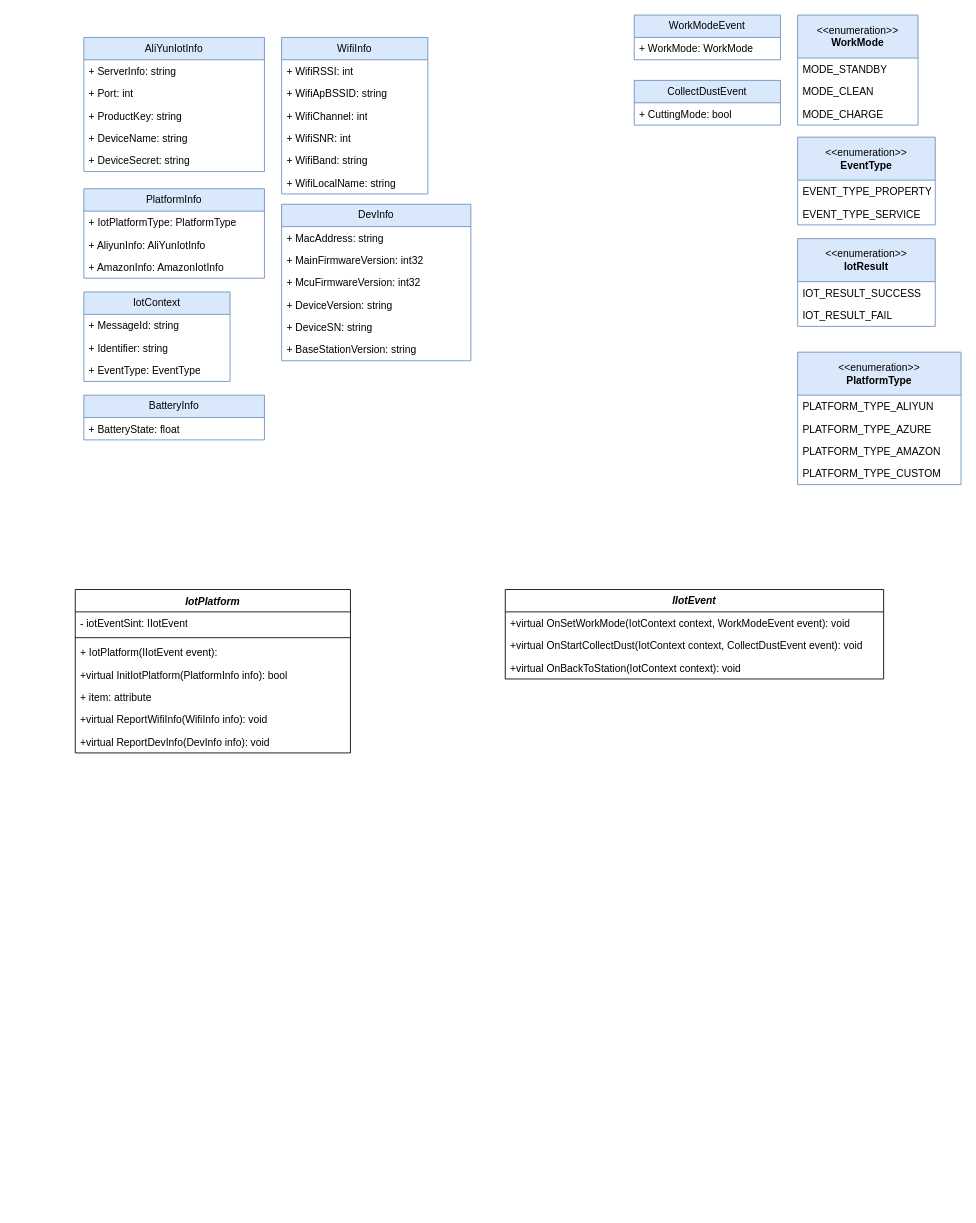
Earlier version of the draw.io diagram 未命名绘图.drawio (xunzhaoxusanduo/1-drawio). Source tidied: cells renumbered, new cells numbered last; positions are measured from the earlier drawing's top-left corner, leaving out a move shared by most shapes. Both pictures are drawn from the tidied source at 86%, with x=0, y=0 at pixel (75, 15).
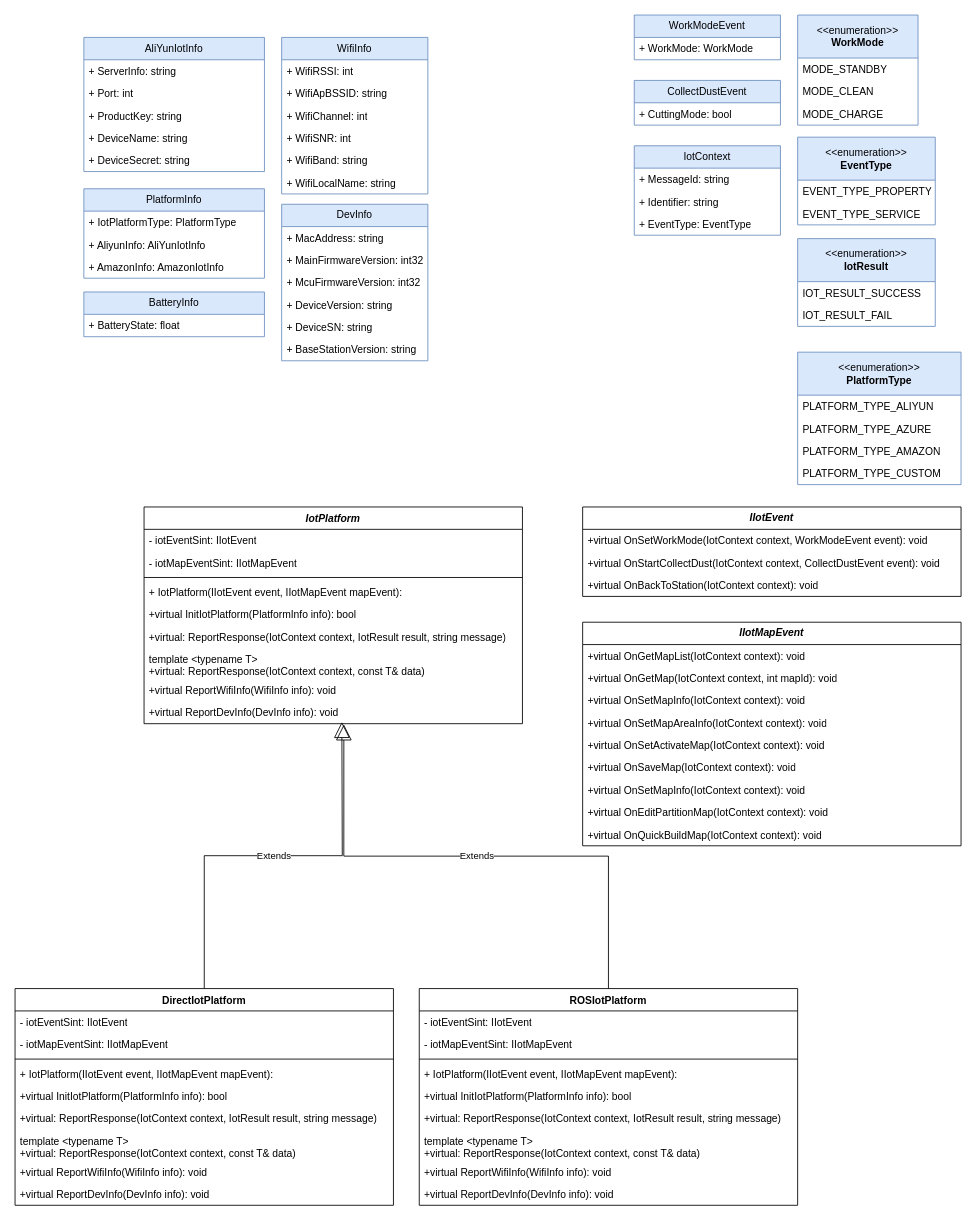
After the change.

Commit message (it also covers changes not shown here):
Update 未命名绘图.drawio

The edit, as a diff of the source:
```diff
@@
     <mxCell id="9" value="DevInfo" style="swimlane;fontStyle=0;horizontal=1;startSize=26;fillColor=#dae8fc;whiteSpace=wrap;html=1;strokeColor=#6c8ebf;" parent="1" vertex="1">
-      <mxGeometry x="240" y="220" width="220" height="182" as="geometry" />
+      <mxGeometry x="240" y="220" width="170" height="182" as="geometry" />
     </mxCell>
     <mxCell id="10" value="+ MacAddress: string" style="text;strokeColor=none;fillColor=none;align=left;verticalAlign=top;spacingLeft=4;spacingRight=4;overflow=hidden;whiteSpace=wrap;html=1;" parent="9" vertex="1">
-      <mxGeometry y="26" width="220" height="26" as="geometry" />
+      <mxGeometry y="26" width="170" height="26" as="geometry" />
     </mxCell>
     <mxCell id="11" value="+ MainFirmwareVersion: int32" style="text;strokeColor=none;fillColor=none;align=left;verticalAlign=top;spacingLeft=4;spacingRight=4;overflow=hidden;whiteSpace=wrap;html=1;" parent="9" vertex="1">
-      <mxGeometry y="52" width="220" height="26" as="geometry" />
+      <mxGeometry y="52" width="170" height="26" as="geometry" />
     </mxCell>
     <mxCell id="12" value="+ McuFirmwareVersion: int32" style="text;strokeColor=none;fillColor=none;align=left;verticalAlign=top;spacingLeft=4;spacingRight=4;overflow=hidden;whiteSpace=wrap;html=1;" parent="9" vertex="1">
-      <mxGeometry y="78" width="220" height="26" as="geometry" />
+      <mxGeometry y="78" width="170" height="26" as="geometry" />
     </mxCell>
     <mxCell id="13" value="+ DeviceVersion: string" style="text;strokeColor=none;fillColor=none;align=left;verticalAlign=top;spacingLeft=4;spacingRight=4;overflow=hidden;whiteSpace=wrap;html=1;" parent="9" vertex="1">
-      <mxGeometry y="104" width="220" height="26" as="geometry" />
+      <mxGeometry y="104" width="170" height="26" as="geometry" />
     </mxCell>
     <mxCell id="14" value="+ DeviceSN: string" style="text;strokeColor=none;fillColor=none;align=left;verticalAlign=top;spacingLeft=4;spacingRight=4;overflow=hidden;whiteSpace=wrap;html=1;" parent="9" vertex="1">
-      <mxGeometry y="130" width="220" height="26" as="geometry" />
+      <mxGeometry y="130" width="170" height="26" as="geometry" />
     </mxCell>
     <mxCell id="15" value="+ BaseStationVersion: string" style="text;strokeColor=none;fillColor=none;align=left;verticalAlign=top;spacingLeft=4;spacingRight=4;overflow=hidden;whiteSpace=wrap;html=1;" parent="9" vertex="1">
-      <mxGeometry y="156" width="220" height="26" as="geometry" />
+      <mxGeometry y="156" width="170" height="26" as="geometry" />
     </mxCell>
     <mxCell id="16" value="&lt;b&gt;&lt;i&gt;IIotEvent&lt;/i&gt;&lt;/b&gt;" style="swimlane;fontStyle=0;horizontal=1;startSize=26;fillColor=none;whiteSpace=wrap;html=1;" parent="1" vertex="1">
-      <mxGeometry x="500" y="668" width="440" height="104" as="geometry" />
+      <mxGeometry x="590" y="572" width="440" height="104" as="geometry" />
     </mxCell>
@@
     <mxCell id="24" value="IotContext" style="swimlane;fontStyle=0;horizontal=1;startSize=26;fillColor=#dae8fc;whiteSpace=wrap;html=1;strokeColor=#6c8ebf;" parent="1" vertex="1">
-      <mxGeometry x="10" y="322" width="170" height="104" as="geometry" />
+      <mxGeometry x="650" y="152" width="170" height="104" as="geometry" />
     </mxCell>
@@
     <mxCell id="31" value="&lt;i style=&quot;&quot;&gt;IotPlatform&lt;/i&gt;" style="swimlane;fontStyle=1;align=center;verticalAlign=top;horizontal=1;startSize=26;whiteSpace=wrap;html=1;" parent="1" vertex="1">
-      <mxGeometry y="668" width="320" height="190" as="geometry" />
+      <mxGeometry x="80" y="572" width="440" height="252" as="geometry" />
     </mxCell>
     <mxCell id="32" value="- iotEventSint: IIotEvent" style="text;strokeColor=none;fillColor=none;align=left;verticalAlign=top;spacingLeft=4;spacingRight=4;overflow=hidden;whiteSpace=wrap;html=1;" parent="31" vertex="1">
-      <mxGeometry y="26" width="320" height="26" as="geometry" />
+      <mxGeometry y="26" width="440" height="26" as="geometry" />
     </mxCell>
+    <mxCell id="63" value="- iotMapEventSint: IIotMapEvent" style="text;strokeColor=none;fillColor=none;align=left;verticalAlign=top;spacingLeft=4;spacingRight=4;overflow=hidden;whiteSpace=wrap;html=1;" parent="31" vertex="1">
+      <mxGeometry y="52" width="440" height="26" as="geometry" />
+    </mxCell>
     <mxCell id="33" style="line;strokeWidth=1;fillColor=none;align=left;verticalAlign=middle;spacingTop=-1;spacingLeft=3;spacingRight=3;labelPosition=right;strokeColor=inherit;" parent="31" vertex="1">
-      <mxGeometry y="52" width="320" height="8" as="geometry" />
+      <mxGeometry y="78" width="440" height="8" as="geometry" />
     </mxCell>
-    <mxCell id="34" value="+ IotPlatform(IIotEvent event):&amp;nbsp;" style="text;strokeColor=none;fillColor=none;align=left;verticalAlign=top;spacingLeft=4;spacingRight=4;overflow=hidden;whiteSpace=wrap;html=1;" parent="31" vertex="1">
-      <mxGeometry y="60" width="320" height="26" as="geometry" />
+    <mxCell id="34" value="+ IotPlatform(IIotEvent event, IIotMapEvent mapEvent):&amp;nbsp;" style="text;strokeColor=none;fillColor=none;align=left;verticalAlign=top;spacingLeft=4;spacingRight=4;overflow=hidden;whiteSpace=wrap;html=1;" parent="31" vertex="1">
+      <mxGeometry y="86" width="440" height="26" as="geometry" />
     </mxCell>
     <mxCell id="35" value="+virtual&amp;nbsp;InitIotPlatform(PlatformInfo info): bool" style="text;strokeColor=none;fillColor=none;align=left;verticalAlign=top;spacingLeft=4;spacingRight=4;overflow=hidden;whiteSpace=wrap;html=1;" parent="31" vertex="1">
-      <mxGeometry y="86" width="320" height="26" as="geometry" />
+      <mxGeometry y="112" width="440" height="26" as="geometry" />
     </mxCell>
-    <mxCell id="36" value="+ item: attribute" style="text;strokeColor=none;fillColor=none;align=left;verticalAlign=top;spacingLeft=4;spacingRight=4;overflow=hidden;whiteSpace=wrap;html=1;" parent="31" vertex="1">
-      <mxGeometry y="112" width="320" height="26" as="geometry" />
+    <mxCell id="36" value="+virtual: ReportResponse(IotContext context, IotResult result, string message)" style="text;strokeColor=none;fillColor=none;align=left;verticalAlign=top;spacingLeft=4;spacingRight=4;overflow=hidden;whiteSpace=wrap;html=1;" parent="31" vertex="1">
+      <mxGeometry y="138" width="440" height="26" as="geometry" />
     </mxCell>
+    <mxCell id="64" value="template &amp;lt;typename T&amp;gt;&lt;br&gt;+virtual: ReportResponse(IotContext context, const T&amp;amp; data)" style="text;strokeColor=none;fillColor=none;align=left;verticalAlign=top;spacingLeft=4;spacingRight=4;overflow=hidden;whiteSpace=wrap;html=1;" parent="31" vertex="1">
+      <mxGeometry y="164" width="440" height="36" as="geometry" />
+    </mxCell>
     <mxCell id="37" value="+virtual ReportWifiInfo(WifiInfo info): void" style="text;strokeColor=none;fillColor=none;align=left;verticalAlign=top;spacingLeft=4;spacingRight=4;overflow=hidden;whiteSpace=wrap;html=1;" parent="31" vertex="1">
-      <mxGeometry y="138" width="320" height="26" as="geometry" />
+      <mxGeometry y="200" width="440" height="26" as="geometry" />
     </mxCell>
     <mxCell id="38" value="+virtual ReportDevInfo(DevInfo info): void" style="text;strokeColor=none;fillColor=none;align=left;verticalAlign=top;spacingLeft=4;spacingRight=4;overflow=hidden;points=[[0,0.5],[1,0.5]];portConstraint=eastwest;whiteSpace=wrap;html=1;" parent="31" vertex="1">
-      <mxGeometry y="164" width="320" height="26" as="geometry" />
+      <mxGeometry y="226" width="440" height="26" as="geometry" />
     </mxCell>
@@
     <mxCell id="61" value="BatteryInfo" style="swimlane;fontStyle=0;horizontal=1;startSize=26;fillColor=#dae8fc;whiteSpace=wrap;html=1;strokeColor=#6c8ebf;" parent="1" vertex="1">
-      <mxGeometry x="10" y="442" width="210" height="52" as="geometry" />
+      <mxGeometry x="10" y="322" width="210" height="52" as="geometry" />
     </mxCell>
@@
+    <mxCell id="65" value="&lt;b&gt;&lt;i&gt;IIotMapEvent&lt;/i&gt;&lt;/b&gt;" style="swimlane;fontStyle=0;horizontal=1;startSize=26;fillColor=none;whiteSpace=wrap;html=1;" parent="1" vertex="1">
+      <mxGeometry x="590" y="706" width="440" height="260" as="geometry" />
+    </mxCell>
+    <mxCell id="66" value="+virtual&amp;nbsp;OnGetMapList(IotContext context): void" style="text;strokeColor=none;fillColor=none;align=left;verticalAlign=top;spacingLeft=4;spacingRight=4;overflow=hidden;whiteSpace=wrap;html=1;" parent="65" vertex="1">
+      <mxGeometry y="26" width="440" height="26" as="geometry" />
+    </mxCell>
+    <mxCell id="67" value="+virtual&amp;nbsp;OnGetMap(IotContext context, int mapId): void" style="text;strokeColor=none;fillColor=none;align=left;verticalAlign=top;spacingLeft=4;spacingRight=4;overflow=hidden;whiteSpace=wrap;html=1;" parent="65" vertex="1">
+      <mxGeometry y="52" width="440" height="26" as="geometry" />
+    </mxCell>
+    <mxCell id="68" value="+virtual&amp;nbsp;OnSetMapInfo(IotContext context): void" style="text;strokeColor=none;fillColor=none;align=left;verticalAlign=top;spacingLeft=4;spacingRight=4;overflow=hidden;whiteSpace=wrap;html=1;" parent="65" vertex="1">
+      <mxGeometry y="78" width="440" height="26" as="geometry" />
+    </mxCell>
+    <mxCell id="69" value="+virtual&amp;nbsp;OnSetMapAreaInfo(IotContext context): void" style="text;strokeColor=none;fillColor=none;align=left;verticalAlign=top;spacingLeft=4;spacingRight=4;overflow=hidden;whiteSpace=wrap;html=1;" parent="65" vertex="1">
+      <mxGeometry y="104" width="440" height="26" as="geometry" />
+    </mxCell>
+    <mxCell id="70" value="+virtual&amp;nbsp;OnSetActivateMap(IotContext context): void" style="text;strokeColor=none;fillColor=none;align=left;verticalAlign=top;spacingLeft=4;spacingRight=4;overflow=hidden;whiteSpace=wrap;html=1;" parent="65" vertex="1">
+      <mxGeometry y="130" width="440" height="26" as="geometry" />
+    </mxCell>
+    <mxCell id="71" value="+virtual&amp;nbsp;OnSaveMap(IotContext context): void" style="text;strokeColor=none;fillColor=none;align=left;verticalAlign=top;spacingLeft=4;spacingRight=4;overflow=hidden;whiteSpace=wrap;html=1;" parent="65" vertex="1">
+      <mxGeometry y="156" width="440" height="26" as="geometry" />
+    </mxCell>
+    <mxCell id="72" value="+virtual&amp;nbsp;OnSetMapInfo(IotContext context): void" style="text;strokeColor=none;fillColor=none;align=left;verticalAlign=top;spacingLeft=4;spacingRight=4;overflow=hidden;whiteSpace=wrap;html=1;" parent="65" vertex="1">
+      <mxGeometry y="182" width="440" height="26" as="geometry" />
+    </mxCell>
+    <mxCell id="73" value="+virtual&amp;nbsp;OnEditPartitionMap(IotContext context): void" style="text;strokeColor=none;fillColor=none;align=left;verticalAlign=top;spacingLeft=4;spacingRight=4;overflow=hidden;whiteSpace=wrap;html=1;" parent="65" vertex="1">
+      <mxGeometry y="208" width="440" height="26" as="geometry" />
+    </mxCell>
+    <mxCell id="74" value="+virtual&amp;nbsp;OnQuickBuildMap(IotContext context): void" style="text;strokeColor=none;fillColor=none;align=left;verticalAlign=top;spacingLeft=4;spacingRight=4;overflow=hidden;whiteSpace=wrap;html=1;" parent="65" vertex="1">
+      <mxGeometry y="234" width="440" height="26" as="geometry" />
+    </mxCell>
+    <mxCell id="75" value="ROSIotPlatform" style="swimlane;fontStyle=1;align=center;verticalAlign=top;horizontal=1;startSize=26;whiteSpace=wrap;html=1;" parent="1" vertex="1">
+      <mxGeometry x="400" y="1132" width="440" height="252" as="geometry" />
+    </mxCell>
+    <mxCell id="76" value="- iotEventSint: IIotEvent" style="text;strokeColor=none;fillColor=none;align=left;verticalAlign=top;spacingLeft=4;spacingRight=4;overflow=hidden;whiteSpace=wrap;html=1;" parent="75" vertex="1">
+      <mxGeometry y="26" width="440" height="26" as="geometry" />
+    </mxCell>
+    <mxCell id="77" value="- iotMapEventSint: IIotMapEvent" style="text;strokeColor=none;fillColor=none;align=left;verticalAlign=top;spacingLeft=4;spacingRight=4;overflow=hidden;whiteSpace=wrap;html=1;" parent="75" vertex="1">
+      <mxGeometry y="52" width="440" height="26" as="geometry" />
+    </mxCell>
+    <mxCell id="78" style="line;strokeWidth=1;fillColor=none;align=left;verticalAlign=middle;spacingTop=-1;spacingLeft=3;spacingRight=3;labelPosition=right;strokeColor=inherit;" parent="75" vertex="1">
+      <mxGeometry y="78" width="440" height="8" as="geometry" />
+    </mxCell>
+    <mxCell id="79" value="+ IotPlatform(IIotEvent event, IIotMapEvent mapEvent):&amp;nbsp;" style="text;strokeColor=none;fillColor=none;align=left;verticalAlign=top;spacingLeft=4;spacingRight=4;overflow=hidden;whiteSpace=wrap;html=1;" parent="75" vertex="1">
+      <mxGeometry y="86" width="440" height="26" as="geometry" />
+    </mxCell>
+    <mxCell id="80" value="+virtual&amp;nbsp;InitIotPlatform(PlatformInfo info): bool" style="text;strokeColor=none;fillColor=none;align=left;verticalAlign=top;spacingLeft=4;spacingRight=4;overflow=hidden;whiteSpace=wrap;html=1;" parent="75" vertex="1">
+      <mxGeometry y="112" width="440" height="26" as="geometry" />
+    </mxCell>
+    <mxCell id="81" value="+virtual: ReportResponse(IotContext context, IotResult result, string message)" style="text;strokeColor=none;fillColor=none;align=left;verticalAlign=top;spacingLeft=4;spacingRight=4;overflow=hidden;whiteSpace=wrap;html=1;" parent="75" vertex="1">
+      <mxGeometry y="138" width="440" height="26" as="geometry" />
+    </mxCell>
+    <mxCell id="82" value="template &amp;lt;typename T&amp;gt;&lt;br&gt;+virtual: ReportResponse(IotContext context, const T&amp;amp; data)" style="text;strokeColor=none;fillColor=none;align=left;verticalAlign=top;spacingLeft=4;spacingRight=4;overflow=hidden;whiteSpace=wrap;html=1;" parent="75" vertex="1">
+      <mxGeometry y="164" width="440" height="36" as="geometry" />
+    </mxCell>
+    <mxCell id="83" value="+virtual ReportWifiInfo(WifiInfo info): void" style="text;strokeColor=none;fillColor=none;align=left;verticalAlign=top;spacingLeft=4;spacingRight=4;overflow=hidden;whiteSpace=wrap;html=1;" parent="75" vertex="1">
+      <mxGeometry y="200" width="440" height="26" as="geometry" />
+    </mxCell>
+    <mxCell id="84" value="+virtual ReportDevInfo(DevInfo info): void" style="text;strokeColor=none;fillColor=none;align=left;verticalAlign=top;spacingLeft=4;spacingRight=4;overflow=hidden;whiteSpace=wrap;html=1;" parent="75" vertex="1">
+      <mxGeometry y="226" width="440" height="26" as="geometry" />
+    </mxCell>
+    <mxCell id="85" value="Extends" style="endArrow=block;endSize=16;endFill=0;html=1;rounded=0;exitX=0.5;exitY=0;exitDx=0;exitDy=0;edgeStyle=orthogonalEdgeStyle;entryX=0.528;entryY=1.032;entryDx=0;entryDy=0;entryPerimeter=0;" parent="1" edge="1" source="75" target="38">
+      <mxGeometry relative="1" as="geometry" />
+    </mxCell>
+    <mxCell id="86" value="DirectIotPlatform" style="swimlane;fontStyle=1;align=center;verticalAlign=top;horizontal=1;startSize=26;whiteSpace=wrap;html=1;" parent="1" vertex="1">
+      <mxGeometry x="-70" y="1132" width="440" height="252" as="geometry" />
+    </mxCell>
+    <mxCell id="87" value="- iotEventSint: IIotEvent" style="text;strokeColor=none;fillColor=none;align=left;verticalAlign=top;spacingLeft=4;spacingRight=4;overflow=hidden;whiteSpace=wrap;html=1;" parent="86" vertex="1">
+      <mxGeometry y="26" width="440" height="26" as="geometry" />
+    </mxCell>
+    <mxCell id="88" value="- iotMapEventSint: IIotMapEvent" style="text;strokeColor=none;fillColor=none;align=left;verticalAlign=top;spacingLeft=4;spacingRight=4;overflow=hidden;whiteSpace=wrap;html=1;" parent="86" vertex="1">
+      <mxGeometry y="52" width="440" height="26" as="geometry" />
+    </mxCell>
+    <mxCell id="89" style="line;strokeWidth=1;fillColor=none;align=left;verticalAlign=middle;spacingTop=-1;spacingLeft=3;spacingRight=3;labelPosition=right;strokeColor=inherit;" parent="86" vertex="1">
+      <mxGeometry y="78" width="440" height="8" as="geometry" />
+    </mxCell>
+    <mxCell id="90" value="+ IotPlatform(IIotEvent event, IIotMapEvent mapEvent):&amp;nbsp;" style="text;strokeColor=none;fillColor=none;align=left;verticalAlign=top;spacingLeft=4;spacingRight=4;overflow=hidden;whiteSpace=wrap;html=1;" parent="86" vertex="1">
+      <mxGeometry y="86" width="440" height="26" as="geometry" />
+    </mxCell>
+    <mxCell id="91" value="+virtual&amp;nbsp;InitIotPlatform(PlatformInfo info): bool" style="text;strokeColor=none;fillColor=none;align=left;verticalAlign=top;spacingLeft=4;spacingRight=4;overflow=hidden;whiteSpace=wrap;html=1;" parent="86" vertex="1">
+      <mxGeometry y="112" width="440" height="26" as="geometry" />
+    </mxCell>
+    <mxCell id="92" value="+virtual: ReportResponse(IotContext context, IotResult result, string message)" style="text;strokeColor=none;fillColor=none;align=left;verticalAlign=top;spacingLeft=4;spacingRight=4;overflow=hidden;whiteSpace=wrap;html=1;" parent="86" vertex="1">
+      <mxGeometry y="138" width="440" height="26" as="geometry" />
+    </mxCell>
+    <mxCell id="93" value="template &amp;lt;typename T&amp;gt;&lt;br&gt;+virtual: ReportResponse(IotContext context, const T&amp;amp; data)" style="text;strokeColor=none;fillColor=none;align=left;verticalAlign=top;spacingLeft=4;spacingRight=4;overflow=hidden;whiteSpace=wrap;html=1;" parent="86" vertex="1">
+      <mxGeometry y="164" width="440" height="36" as="geometry" />
+    </mxCell>
+    <mxCell id="94" value="+virtual ReportWifiInfo(WifiInfo info): void" style="text;strokeColor=none;fillColor=none;align=left;verticalAlign=top;spacingLeft=4;spacingRight=4;overflow=hidden;whiteSpace=wrap;html=1;" parent="86" vertex="1">
+      <mxGeometry y="200" width="440" height="26" as="geometry" />
+    </mxCell>
+    <mxCell id="95" value="+virtual ReportDevInfo(DevInfo info): void" style="text;strokeColor=none;fillColor=none;align=left;verticalAlign=top;spacingLeft=4;spacingRight=4;overflow=hidden;whiteSpace=wrap;html=1;" parent="86" vertex="1">
+      <mxGeometry y="226" width="440" height="26" as="geometry" />
+    </mxCell>
+    <mxCell id="96" value="Extends" style="endArrow=block;endSize=16;endFill=0;html=1;rounded=0;exitX=0.5;exitY=0;exitDx=0;exitDy=0;edgeStyle=orthogonalEdgeStyle;" parent="1" edge="1" source="86">
+      <mxGeometry relative="1" as="geometry">
+        <mxPoint x="310" y="822" as="targetPoint" />
+      </mxGeometry>
+    </mxCell>
```
